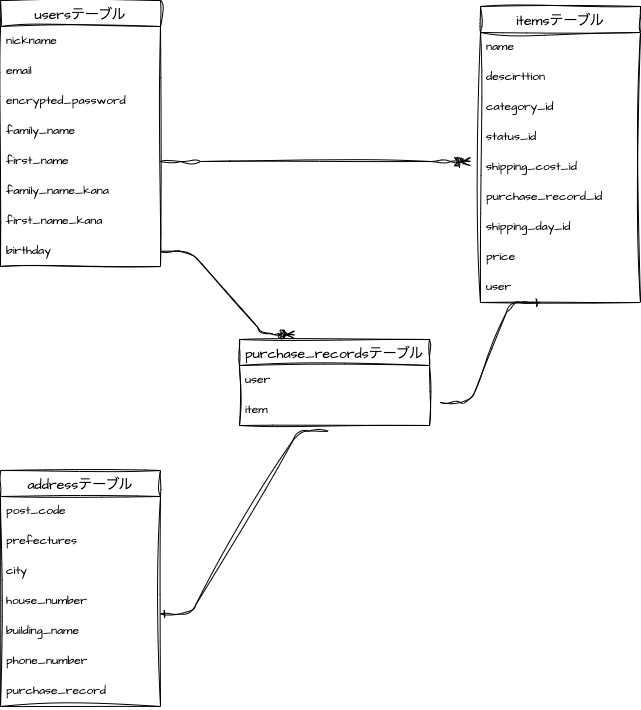
Before: ER.drawio.png, a diagram exported from draw.io (pon28/furima-38824). Source tidied: cells renumbered, new cells last; positions are measured from the earlier drawing's top-left corner, leaving out a move shared by most shapes.
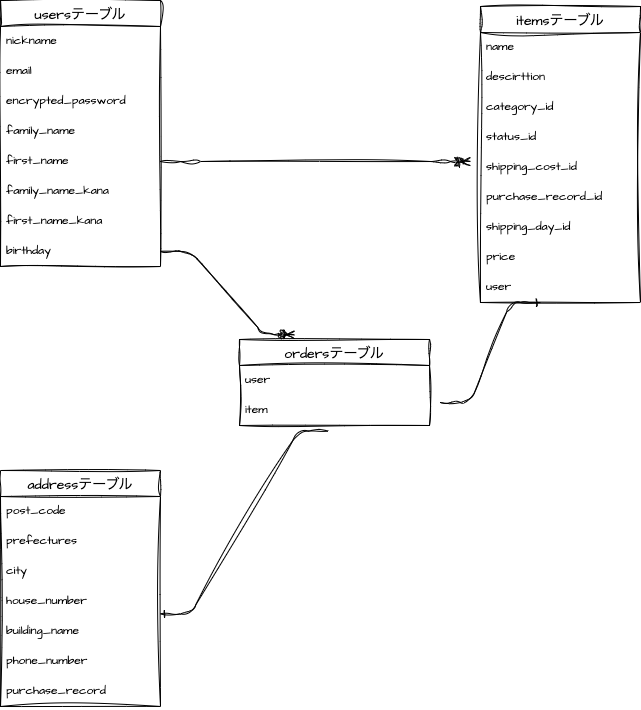
The same file after the commit.

Commit message:
purchase_recordからorderへ名前変更

Change to the diagram source:
```diff
@@ -83,7 +83,7 @@
     <mxCell id="28" value="purchase_record" style="text;strokeColor=none;fillColor=none;spacingLeft=4;spacingRight=4;overflow=hidden;fontSize=12;sketch=1;hachureGap=4;jiggle=2;curveFitting=1;fontFamily=Architects Daughter;fontSource=https%3A%2F%2Ffonts.googleapis.com%2Fcss%3Ffamily%3DArchitects%2BDaughter;" parent="21" vertex="1">
       <mxGeometry y="206" width="160" height="30" as="geometry" />
     </mxCell>
-    <mxCell id="29" value="purchase_recordsテーブル" style="swimlane;fontStyle=0;horizontal=1;startSize=26;align=center;fontSize=14;sketch=1;hachureGap=4;jiggle=2;curveFitting=1;fontFamily=Architects Daughter;fontSource=https%3A%2F%2Ffonts.googleapis.com%2Fcss%3Ffamily%3DArchitects%2BDaughter;" parent="1" vertex="1">
+    <mxCell id="29" value="ordersテーブル" style="swimlane;fontStyle=0;horizontal=1;startSize=26;align=center;fontSize=14;sketch=1;hachureGap=4;jiggle=2;curveFitting=1;fontFamily=Architects Daughter;fontSource=https%3A%2F%2Ffonts.googleapis.com%2Fcss%3Ffamily%3DArchitects%2BDaughter;" parent="1" vertex="1">
       <mxGeometry x="239" y="339" width="190" height="86" as="geometry" />
     </mxCell>
     <mxCell id="30" value="user" style="text;strokeColor=none;fillColor=none;spacingLeft=4;spacingRight=4;overflow=hidden;fontSize=12;sketch=1;hachureGap=4;jiggle=2;curveFitting=1;fontFamily=Architects Daughter;fontSource=https%3A%2F%2Ffonts.googleapis.com%2Fcss%3Ffamily%3DArchitects%2BDaughter;" parent="29" vertex="1">
```
